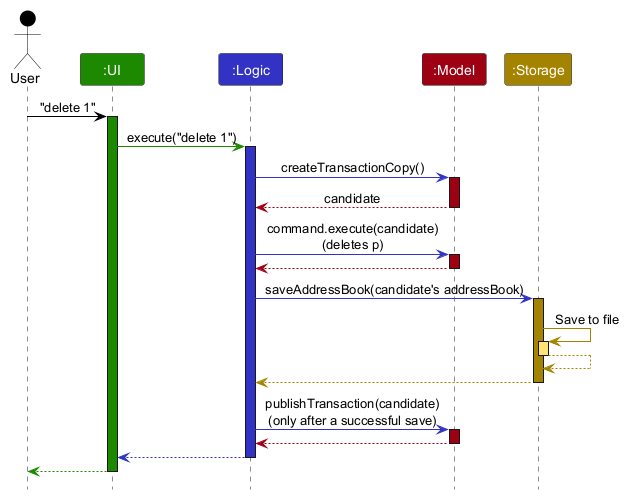
AY2627S1-CS2103T-F08-1/tp keeps this PlantUML diagram as docs/images/ArchitectureSequenceDiagram.png. Above is the earlier version.
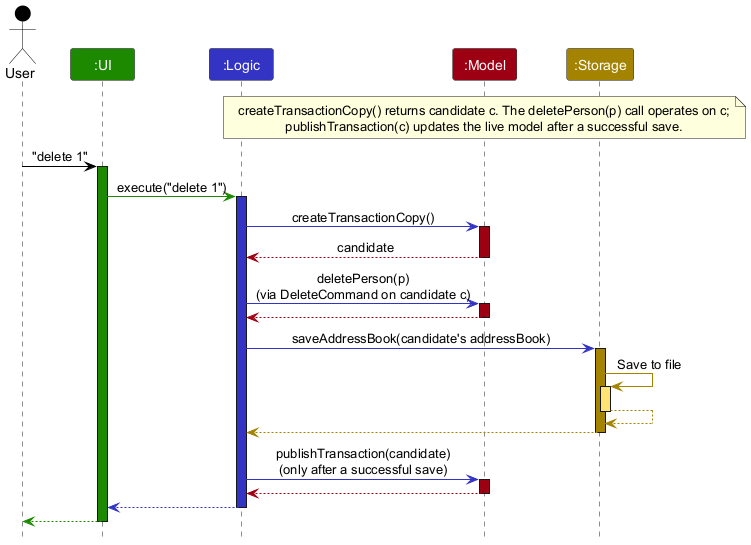
Later version of the same file.

What changed in the source:
```diff
@@ -7,6 +7,11 @@
 Participant ":Logic" as logic LOGIC_COLOR
 Participant ":Model" as model MODEL_COLOR
 Participant ":Storage" as storage STORAGE_COLOR
+
+note over model
+createTransactionCopy() returns candidate c. The deletePerson(p) call operates on c;
+publishTransaction(c) updates the live model after a successful save.
+end note
 
 user -[USER_COLOR]> ui : "delete 1"
 activate ui UI_COLOR
@@ -20,7 +25,7 @@
 model -[MODEL_COLOR]-> logic : candidate
 deactivate model
 
-logic -[LOGIC_COLOR]> model : command.execute(candidate)\n(deletes p)
+logic -[LOGIC_COLOR]> model : deletePerson(p)\n(via DeleteCommand on candidate c)
 activate model MODEL_COLOR
 
 model -[MODEL_COLOR]-> logic
```
